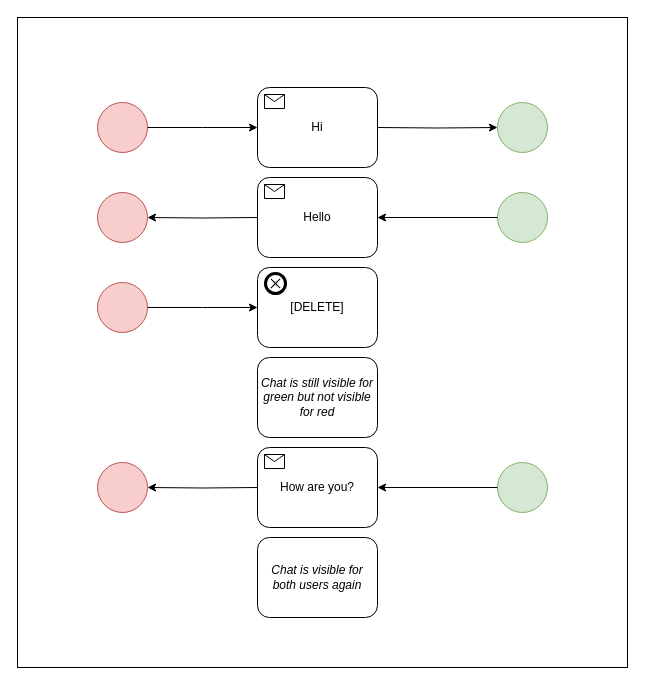
Earlier version of the draw.io diagram delete.drawio (Brudus/Diagrams). Source tidied: cells renumbered, new cells numbered last; positions are measured from the earlier drawing's top-left corner, leaving out a move shared by most shapes. Both pictures are drawn from the tidied source at 100%, with x=0, y=0 at pixel (17, 17).
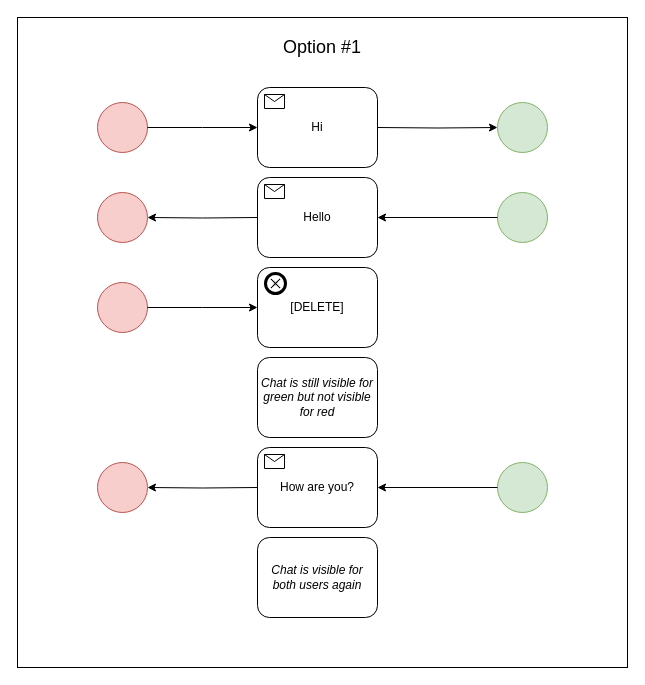
The same page after the edit.

The edit, as a diff of the source:
```diff
@@
+    <mxCell id="27" value="&lt;font style=&quot;font-size: 18px&quot;&gt;Option #1&lt;/font&gt;" style="text;html=1;strokeColor=none;fillColor=none;align=center;verticalAlign=middle;whiteSpace=wrap;rounded=0;" parent="1" vertex="1">
+      <mxGeometry x="20" y="20" width="570" height="20" as="geometry" />
+    </mxCell>
```
